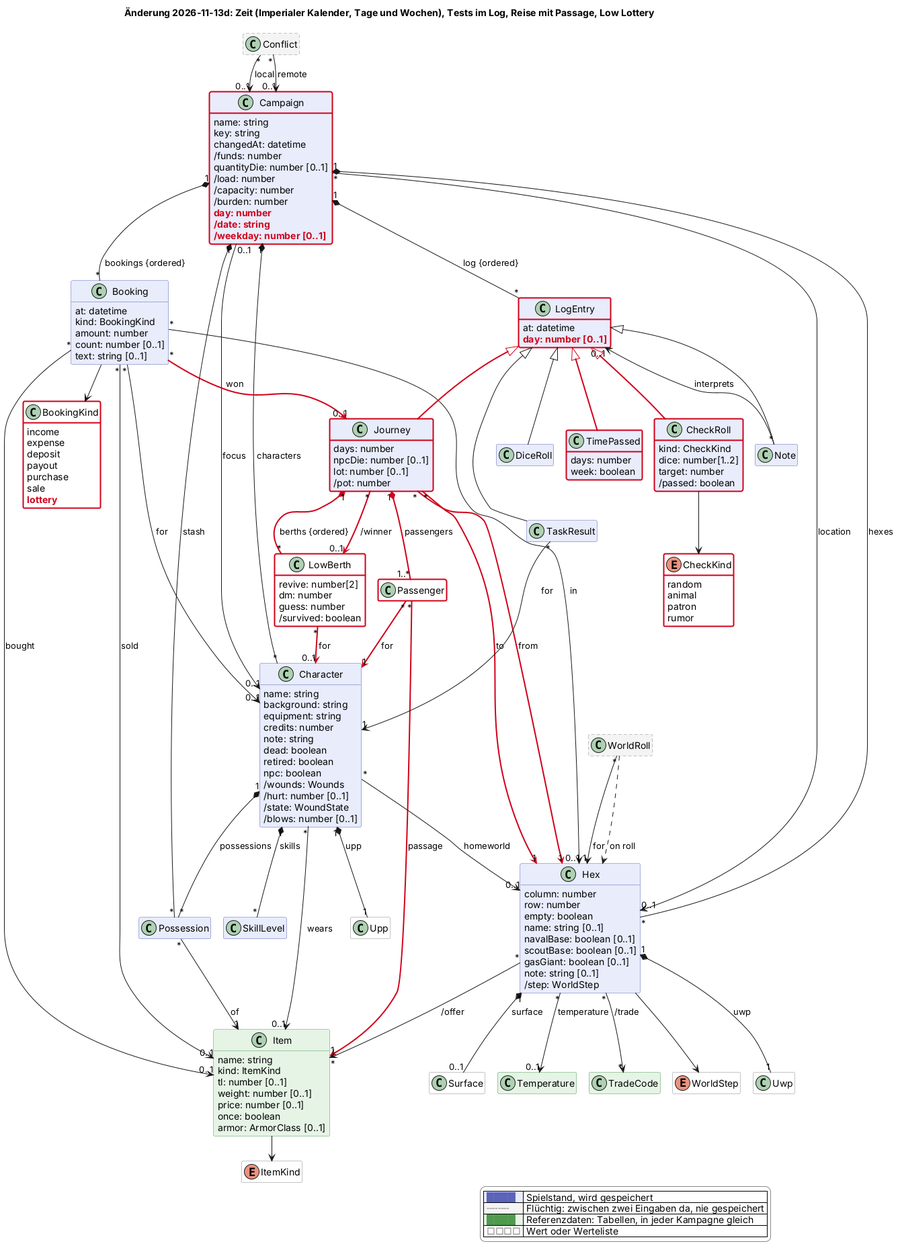
Earlier version of the PlantUML export docs/changes/2026-11-13-zeit-und-reisen.png (scuzzar/SRE). The source it was exported from:
```plantuml
@startuml
!$change = "2026-11-13d"
!if %not(%variable_exists("$change"))
!$change = "*"
!endif
!function $marked($c)
!return $change == "*" || $change == $c
!endfunction
!function $new($c, $t)
!if $marked($c)
!return "<color:#d0021b><b>" + $t + "</b></color>"
!endif
!return $t
!endfunction
!procedure $gone($c, $t)
!if $marked($c)
<color:#d0021b><s>$t</s></color>
!endif
!endprocedure
!function $newClass($c)
!if $marked($c)
!return "#line:d0021b;line.bold"
!endif
!return ""
!endfunction
!function $newArrow($c)
!if $marked($c)
!return "[#d0021b,bold]"
!endif
!return ""
!endfunction
!function $goneArrow($c)
!if $marked($c)
!return "[#d0021b,dashed]"
!endif
!return ""
!endfunction
!pragma layout smetana
title Änderung 2026-11-13d: Zeit (Imperialer Kalender, Tage und Wochen), Tests im Log, Reise mit Passage, Low Lottery
hide empty members
hide methods
skinparam classAttributeIconSize 0
skinparam shadowing false
skinparam packageStyle rectangle
skinparam class {
  BackgroundColor #e8ecfb
  BorderColor #5b64b8
  BackgroundColor<<transient>> #f4f4f4
  BorderColor<<transient>> #8a8a8a
  BackgroundColor<<reference>> #e6f4e6
  BorderColor<<reference>> #4f9a4f
  BackgroundColor<<value>> #ffffff
  BorderColor<<value>> #8a8a8a
}
skinparam legendBackgroundColor #ffffff
skinparam legendBorderColor #8a8a8a
<style>
classDiagram {
  class {
    .transient {
      LineStyle 5-3
    }
  }
}
</style>
hide <<transient>> stereotype
hide <<reference>> stereotype
hide <<value>> stereotype

  class Campaign $kampagne {
    name: string
    key: string
    changedAt: datetime
    /funds: number
    quantityDie: number [0..1]
    /load: number
    /capacity: number
    /burden: number
    $new("2026-11-13d", "day: number")
    $new("2026-11-13d", "/date: string")
    $new("2026-11-13d", "/weekday: number [0..1]")
  }
  class Booking $shop {
    at: datetime
    kind: BookingKind
    amount: number
    count: number [0..1]
    text: string [0..1]
  }
  enum BookingKind <<value>> $shop {
    income
    expense
    deposit
    payout
    purchase
    sale
    $new("2026-11-13d", "lottery")
  }
  class Character $charakter {
    name: string
    background: string
    equipment: string
    credits: number
    note: string
    dead: boolean
    retired: boolean
    npc: boolean
    /wounds: Wounds
    /hurt: number [0..1]
    /state: WoundState
    /blows: number [0..1]
  }
  class Upp <<value>> $charakter
  class SkillLevel $charakter
  class Possession $shop


  class Hex $sektor {
    column: number
    row: number
    empty: boolean
    name: string [0..1]
    navalBase: boolean [0..1]
    scoutBase: boolean [0..1]
    gasGiant: boolean [0..1]
    note: string [0..1]
    /step: WorldStep
  }
  class Uwp <<value>> $sektor
  class WorldRoll <<transient>> $sektor

  abstract class LogEntry $probe {
    at: datetime
    $new("2026-11-13d", "day: number [0..1]")
  }
  class DiceRoll $probe
  class Note $probe

  class TimePassed $reise $newClass("2026-11-13d") {
    days: number
    week: boolean
  }
  class CheckRoll $reise $newClass("2026-11-13d") {
    kind: CheckKind
    dice: number[1..2]
    target: number
    /passed: boolean
  }
  enum CheckKind <<value>> $reise $newClass("2026-11-13d") {
    random
    animal
    patron
    rumor
  }
  class Journey $reise $newClass("2026-11-13d") {
    days: number
    npcDie: number [0..1]
    lot: number [0..1]
    /pot: number
  }
  class Passenger <<value>> $reise $newClass("2026-11-13d") {
  }
  class LowBerth <<value>> $reise $newClass("2026-11-13d") {
    revive: number[2]
    dm: number
    guess: number
    /survived: boolean
  }

  class Conflict <<transient>> $kampagne
  class TaskResult $probe

  class Item <<reference>> $shop {
    name: string
    kind: ItemKind
    tl: number [0..1]
    weight: number [0..1]
    price: number [0..1]
    once: boolean
    armor: ArmorClass [0..1]
  }
  enum ItemKind <<value>> $shop
  class Surface <<value>> $sektor
  class Temperature <<reference>> $sektor
  class TradeCode <<reference>> $sektor
  enum WorldStep <<value>> $sektor

Campaign "1" *-- "*" Character : characters
Campaign "0..1" --> "0..1" Character : focus
Campaign "1" *-- "*" LogEntry : log {ordered}
Campaign "*" --> "0..1" Hex : location
Campaign "1" *-- "*" Booking : bookings {ordered}
Conflict "*" --> "0..1" Campaign : local
Conflict "*" --> "0..1" Campaign : remote
Booking "*" --> "0..1" Character : for
Booking "*" --> "0..1" Item : bought
Booking "*" --> "0..1" Item : sold
Booking "*" --> "0..1" Hex : in
Booking --> BookingKind

LogEntry <|-$newArrow("2026-11-13d")- TimePassed
LogEntry <|-$newArrow("2026-11-13d")- CheckRoll
CheckRoll --> CheckKind
LogEntry <|-$newArrow("2026-11-13d")- Journey
Journey "*" -$newArrow("2026-11-13d")-> "1" Hex : from
Journey "*" -$newArrow("2026-11-13d")-> "1" Hex : to
Journey "1" *-$newArrow("2026-11-13d")- "1..*" Passenger : passengers
Passenger "*" -$newArrow("2026-11-13d")-> "1" Character : for
Passenger "*" -$newArrow("2026-11-13d")-> "1" Item : passage
Journey "1" *-$newArrow("2026-11-13d")- "*" LowBerth : berths {ordered}
LowBerth "*" -$newArrow("2026-11-13d")-> "0..1" Character : for
Journey "*" -$newArrow("2026-11-13d")-> "0..1" LowBerth : /winner
Booking "*" -$newArrow("2026-11-13d")-> "0..1" Journey : won

Character "*" --> "0..1" Hex : homeworld


Campaign "1" *-- "*" Hex : hexes
Hex "1" *-- "1" Uwp : uwp
Hex --> WorldStep
WorldRoll "*" --> "1" Hex : for
WorldRoll ..> Hex : on roll
Hex "*" --> "*" TradeCode : /trade
Hex "*" --> "0..1" Temperature : temperature
Hex "1" *-- "0..1" Surface : surface

Character "1" *-- "1" Upp : upp
Character "1" *-- "*" SkillLevel : skills
Character "1" *-- "*" Possession : possessions
Campaign "1" *-- "*" Possession : stash
Possession "*" --> "1" Item : of
Item --> ItemKind

Hex "*" --> "*" Item : /offer

LogEntry <|-- DiceRoll
LogEntry <|-- TaskResult
LogEntry <|-- Note
Note "*" --> "0..1" LogEntry : interprets
TaskResult "*" --> "1" Character : for



Character "*" --> "0..1" Item : wears



legend right
  |<#e8ecfb> <color:#5b64b8>████</color> | Spielstand, wird gespeichert |
  |<#f4f4f4> <color:#8a8a8a>╌╌╌╌</color> | Flüchtig: zwischen zwei Eingaben da, nie gespeichert |
  |<#e6f4e6> <color:#4f9a4f>████</color> | Referenzdaten: Tabellen, in jeder Kampagne gleich |
  |<#ffffff> <color:#8a8a8a>□□□□</color> | Wert oder Werteliste |
endlegend
class Campaign #line:d0021b;line.bold
class BookingKind #line:d0021b;line.bold
class LogEntry #line:d0021b;line.bold
@enduml
```
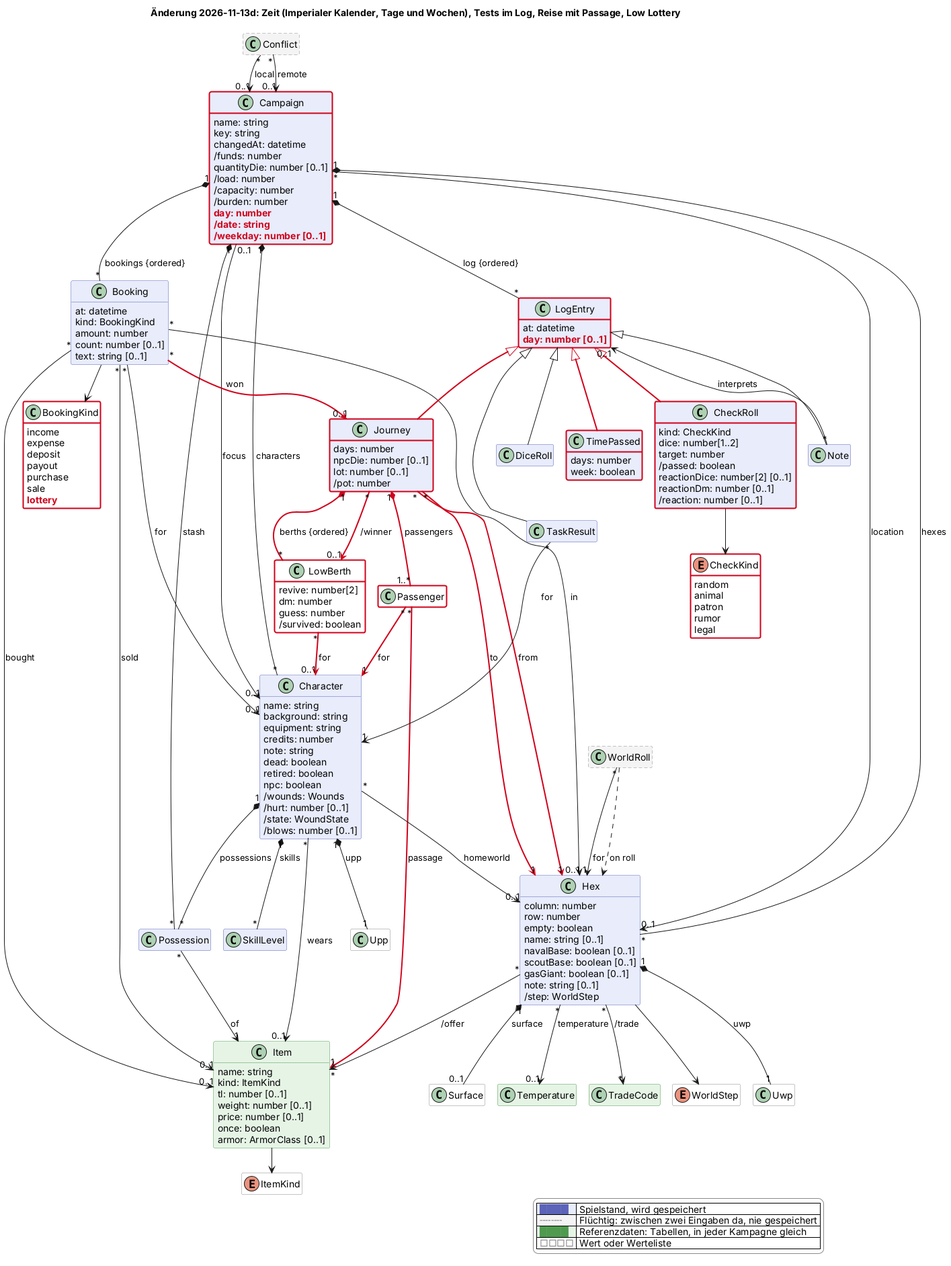
After the commit.

Diff of the diagram source:
```diff
@@ -145,12 +145,16 @@
     dice: number[1..2]
     target: number
     /passed: boolean
+    reactionDice: number[2] [0..1]
+    reactionDm: number [0..1]
+    /reaction: number [0..1]
   }
   enum CheckKind <<value>> $reise $newClass("2026-11-13d") {
     random
     animal
     patron
     rumor
+    legal
   }
   class Journey $reise $newClass("2026-11-13d") {
     days: number
```
